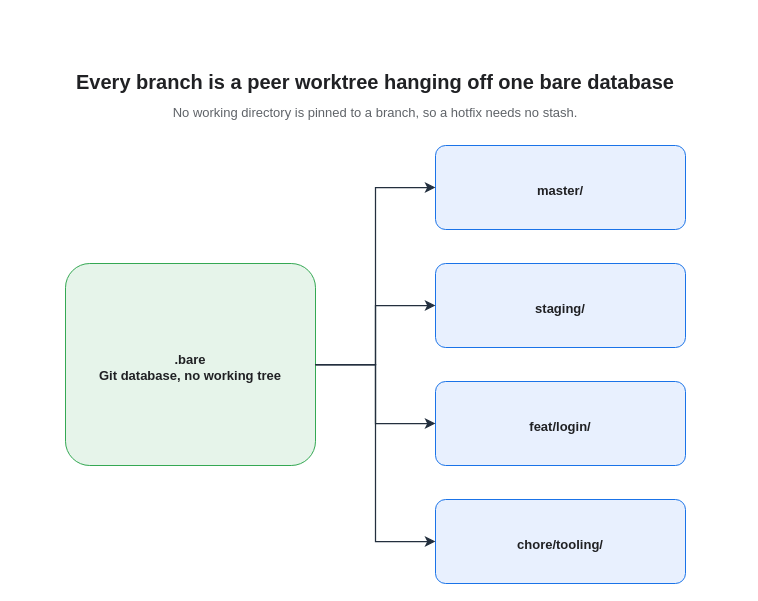
This is assets/img/git/bare-worktree-layout.drawio from KKamJi98/kkamji98.github.io, a draw.io file, before an edit. Source tidied: cells renumbered, new cells numbered last; positions are measured from the earlier drawing's top-left corner, leaving out a move shared by most shapes. Both pictures are drawn from the tidied source at 100%, with x=0, y=0 at pixel (65, 65).
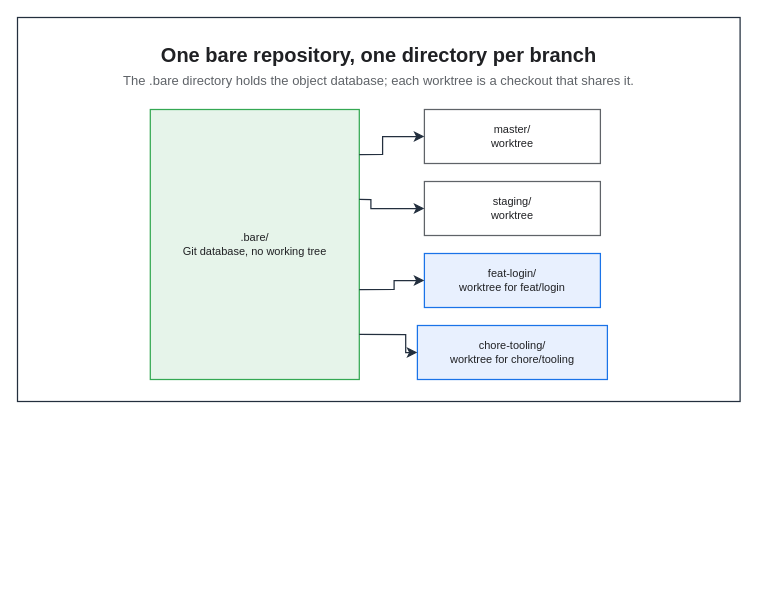
After the change.

Change to the diagram source:
```diff
@@
+    <mxCell id="13" style="rounded=0;html=0;fillColor=none;strokeColor=#232F3E;fontColor=#202124;strokeWidth=1.25;" parent="1" vertex="1">
+      <mxGeometry x="-48" y="-48" width="722.6" height="384" as="geometry" />
+    </mxCell>
-    <mxCell id="2" value="Every branch is a peer worktree hanging off one bare database" style="text;html=0;strokeColor=none;fillColor=none;align=center;verticalAlign=middle;fontColor=#202124;fontSize=20;fontStyle=1;" parent="1" vertex="1">
-      <mxGeometry width="620" height="30" as="geometry" />
+    <mxCell id="2" value="One bare repository, one directory per branch" style="text;html=0;whiteSpace=wrap;fillColor=none;strokeColor=none;fontColor=#202124;fontSize=20;fontStyle=1;align=center;verticalAlign=middle;" parent="1" vertex="1">
+      <mxGeometry x="-26" y="-26" width="678.6" height="30" as="geometry" />
     </mxCell>
-    <mxCell id="3" value="No working directory is pinned to a branch, so a hotfix needs no stash." style="text;html=0;strokeColor=none;fillColor=none;align=center;verticalAlign=middle;fontColor=#5F6368;fontSize=13;" parent="1" vertex="1">
-      <mxGeometry y="34" width="620" height="24" as="geometry" />
+    <mxCell id="3" value="The .bare directory holds the object database; each worktree is a checkout that shares it." style="text;html=0;whiteSpace=wrap;fillColor=none;strokeColor=none;fontColor=#5F6368;fontSize=13;fontStyle=0;align=center;verticalAlign=middle;" parent="1" vertex="1">
+      <mxGeometry x="-26" y="4" width="678.6" height="22" as="geometry" />
     </mxCell>
-    <mxCell id="4" value=".bare&#10;Git database, no working tree" style="rounded=1;whiteSpace=wrap;html=0;arcSize=12;fillColor=#E6F4EA;strokeColor=#34A853;fontColor=#202124;fontSize=13;fontStyle=1;align=center;verticalAlign=middle;spacingTop=6;spacingLeft=6;spacingRight=6;" parent="1" vertex="1">
-      <mxGeometry y="198" width="250" height="202" as="geometry" />
+    <mxCell id="4" value=".bare/&#10;Git database, no working tree" style="rounded=0;whiteSpace=wrap;html=0;fillColor=#E6F4EA;strokeColor=#34A853;fontColor=#202124;fontSize=11;fontStyle=0;align=center;verticalAlign=middle;spacingLeft=6;spacingRight=6;strokeWidth=1.25;" parent="1" vertex="1">
+      <mxGeometry x="84.8" y="44" width="209" height="270" as="geometry" />
     </mxCell>
-    <mxCell id="5" value="master/" style="rounded=1;whiteSpace=wrap;html=0;arcSize=12;fillColor=#E8F0FE;strokeColor=#1A73E8;fontColor=#202124;fontSize=13;fontStyle=1;align=center;verticalAlign=middle;spacingTop=6;spacingLeft=6;spacingRight=6;" parent="1" vertex="1">
-      <mxGeometry x="370" y="80" width="250" height="84" as="geometry" />
+    <mxCell id="5" value="master/&#10;worktree" style="rounded=0;whiteSpace=wrap;html=0;fillColor=#FFFFFF;strokeColor=#5F6368;fontColor=#202124;fontSize=11;fontStyle=0;align=center;verticalAlign=middle;spacingLeft=6;spacingRight=6;strokeWidth=1.25;" parent="1" vertex="1">
+      <mxGeometry x="358.9" y="44" width="176" height="54" as="geometry" />
     </mxCell>
-    <mxCell id="6" value="staging/" style="rounded=1;whiteSpace=wrap;html=0;arcSize=12;fillColor=#E8F0FE;strokeColor=#1A73E8;fontColor=#202124;fontSize=13;fontStyle=1;align=center;verticalAlign=middle;spacingTop=6;spacingLeft=6;spacingRight=6;" parent="1" vertex="1">
-      <mxGeometry x="370" y="198" width="250" height="84" as="geometry" />
+    <mxCell id="6" value="staging/&#10;worktree" style="rounded=0;whiteSpace=wrap;html=0;fillColor=#FFFFFF;strokeColor=#5F6368;fontColor=#202124;fontSize=11;fontStyle=0;align=center;verticalAlign=middle;spacingLeft=6;spacingRight=6;strokeWidth=1.25;" parent="1" vertex="1">
+      <mxGeometry x="358.9" y="116" width="176" height="54" as="geometry" />
     </mxCell>
-    <mxCell id="7" value="feat/login/" style="rounded=1;whiteSpace=wrap;html=0;arcSize=12;fillColor=#E8F0FE;strokeColor=#1A73E8;fontColor=#202124;fontSize=13;fontStyle=1;align=center;verticalAlign=middle;spacingTop=6;spacingLeft=6;spacingRight=6;" parent="1" vertex="1">
-      <mxGeometry x="370" y="316" width="250" height="84" as="geometry" />
+    <mxCell id="7" value="feat-login/&#10;worktree for feat/login" style="rounded=0;whiteSpace=wrap;html=0;fillColor=#E8F0FE;strokeColor=#1A73E8;fontColor=#202124;fontSize=11;fontStyle=0;align=center;verticalAlign=middle;spacingLeft=6;spacingRight=6;strokeWidth=1.25;" parent="1" vertex="1">
+      <mxGeometry x="358.9" y="188" width="176" height="54" as="geometry" />
     </mxCell>
-    <mxCell id="8" value="chore/tooling/" style="rounded=1;whiteSpace=wrap;html=0;arcSize=12;fillColor=#E8F0FE;strokeColor=#1A73E8;fontColor=#202124;fontSize=13;fontStyle=1;align=center;verticalAlign=middle;spacingTop=6;spacingLeft=6;spacingRight=6;" parent="1" vertex="1">
-      <mxGeometry x="370" y="434" width="250" height="84" as="geometry" />
+    <mxCell id="8" value="chore-tooling/&#10;worktree for chore/tooling" style="rounded=0;whiteSpace=wrap;html=0;fillColor=#E8F0FE;strokeColor=#1A73E8;fontColor=#202124;fontSize=11;fontStyle=0;align=center;verticalAlign=middle;spacingLeft=6;spacingRight=6;strokeWidth=1.25;" parent="1" vertex="1">
+      <mxGeometry x="351.9" y="260" width="190" height="54" as="geometry" />
     </mxCell>
-    <mxCell id="9" style="edgeStyle=orthogonalEdgeStyle;rounded=0;html=0;strokeColor=#232F3E;strokeWidth=1.25;endArrow=classic;endFill=1;endSize=7;fontSize=11;fontColor=#202124;labelBackgroundColor=none;exitX=1;exitY=0.5;entryX=0;entryY=0.5;exitDx=0;exitDy=0;entryDx=0;entryDy=0;" parent="1" edge="1" source="4" target="5">
+    <mxCell id="9" style="edgeStyle=orthogonalEdgeStyle;rounded=0;html=0;strokeColor=#232F3E;strokeWidth=1.25;endArrow=classic;endFill=1;endSize=7;fontSize=11;fontColor=#202124;labelBackgroundColor=none;jettySize=14;exitX=1;exitY=0.1667;entryX=0;entryY=0.5;exitDx=0;exitDy=0;entryDx=0;entryDy=0;" parent="1" edge="1" source="4" target="5">
       <mxGeometry relative="1" as="geometry">
         <Array as="points">
-          <mxPoint x="310" y="299" />
-          <mxPoint x="310" y="122" />
+          <mxPoint x="317.1" y="89" />
+          <mxPoint x="317.1" y="71" />
         </Array>
       </mxGeometry>
     </mxCell>
-    <mxCell id="10" style="edgeStyle=orthogonalEdgeStyle;rounded=0;html=0;strokeColor=#232F3E;strokeWidth=1.25;endArrow=classic;endFill=1;endSize=7;fontSize=11;fontColor=#202124;labelBackgroundColor=none;exitX=1;exitY=0.5;entryX=0;entryY=0.5;exitDx=0;exitDy=0;entryDx=0;entryDy=0;" parent="1" edge="1" source="4" target="6">
-      <mxGeometry relative="1" as="geometry" />
+    <mxCell id="10" style="edgeStyle=orthogonalEdgeStyle;rounded=0;html=0;strokeColor=#232F3E;strokeWidth=1.25;endArrow=classic;endFill=1;endSize=7;fontSize=11;fontColor=#202124;labelBackgroundColor=none;jettySize=14;exitX=1;exitY=0.3333;entryX=0;entryY=0.5;exitDx=0;exitDy=0;entryDx=0;entryDy=0;" parent="1" edge="1" source="4" target="6">
+      <mxGeometry relative="1" as="geometry">
+        <Array as="points">
+          <mxPoint x="305.4" y="134" />
+          <mxPoint x="305.4" y="143" />
+        </Array>
+      </mxGeometry>
     </mxCell>
-    <mxCell id="11" style="edgeStyle=orthogonalEdgeStyle;rounded=0;html=0;strokeColor=#232F3E;strokeWidth=1.25;endArrow=classic;endFill=1;endSize=7;fontSize=11;fontColor=#202124;labelBackgroundColor=none;exitX=1;exitY=0.5;entryX=0;entryY=0.5;exitDx=0;exitDy=0;entryDx=0;entryDy=0;" parent="1" edge="1" source="4" target="7">
+    <mxCell id="11" style="edgeStyle=orthogonalEdgeStyle;rounded=0;html=0;strokeColor=#232F3E;strokeWidth=1.25;endArrow=classic;endFill=1;endSize=7;fontSize=11;fontColor=#202124;labelBackgroundColor=none;jettySize=14;exitX=1;exitY=0.6667;entryX=0;entryY=0.5;exitDx=0;exitDy=0;entryDx=0;entryDy=0;" parent="1" edge="1" source="4" target="7">
       <mxGeometry relative="1" as="geometry">
         <Array as="points">
-          <mxPoint x="310" y="299" />
-          <mxPoint x="310" y="358" />
+          <mxPoint x="328.6" y="224" />
+          <mxPoint x="328.6" y="215" />
         </Array>
       </mxGeometry>
     </mxCell>
-    <mxCell id="12" style="edgeStyle=orthogonalEdgeStyle;rounded=0;html=0;strokeColor=#232F3E;strokeWidth=1.25;endArrow=classic;endFill=1;endSize=7;fontSize=11;fontColor=#202124;labelBackgroundColor=none;exitX=1;exitY=0.5;entryX=0;entryY=0.5;exitDx=0;exitDy=0;entryDx=0;entryDy=0;" parent="1" edge="1" source="4" target="8">
+    <mxCell id="12" style="edgeStyle=orthogonalEdgeStyle;rounded=0;html=0;strokeColor=#232F3E;strokeWidth=1.25;endArrow=classic;endFill=1;endSize=7;fontSize=11;fontColor=#202124;labelBackgroundColor=none;jettySize=14;exitX=1;exitY=0.8333;entryX=0;entryY=0.5;exitDx=0;exitDy=0;entryDx=0;entryDy=0;" parent="1" edge="1" source="4" target="8">
       <mxGeometry relative="1" as="geometry">
         <Array as="points">
-          <mxPoint x="310" y="299" />
-          <mxPoint x="310" y="476" />
+          <mxPoint x="340.2" y="269" />
+          <mxPoint x="340.2" y="287" />
         </Array>
       </mxGeometry>
     </mxCell>
```
